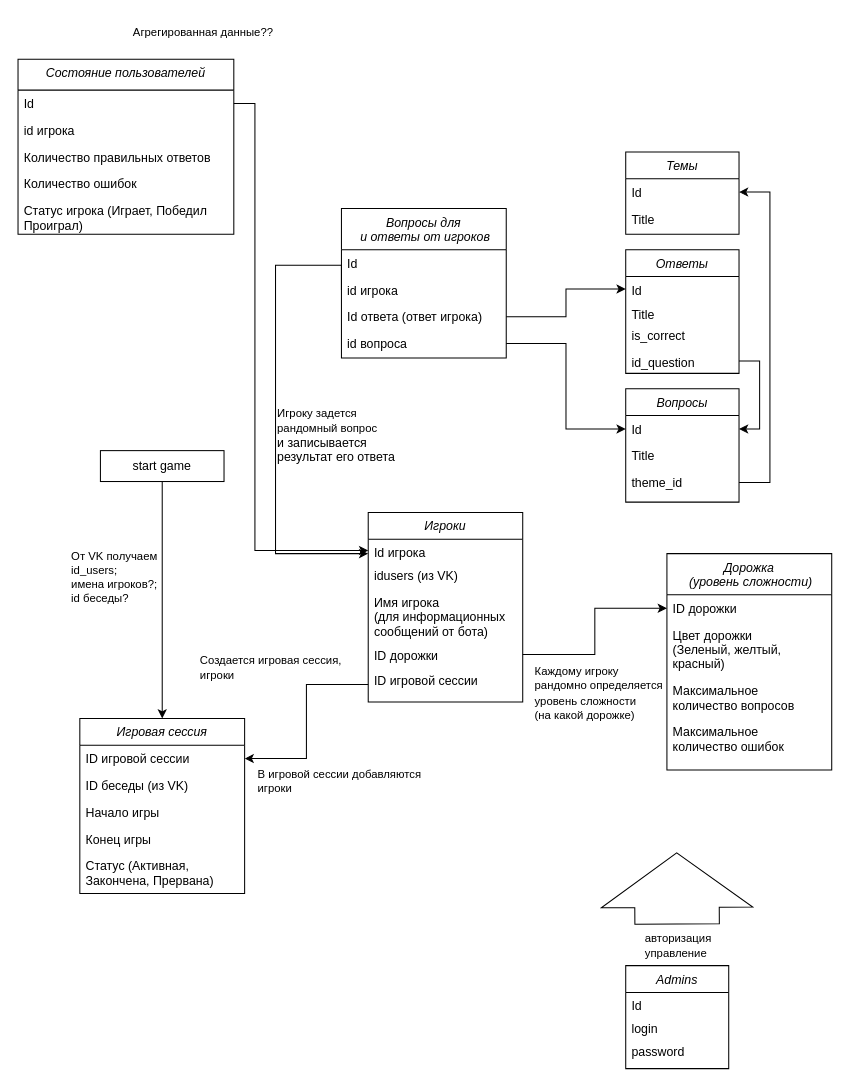
Earlier version of the draw.io diagram drawio_schemas/instances_relationship.drawio (AlexeyZolotuhin/smarties_game_bot). Source tidied: cells renumbered, new cells numbered last; positions are measured from the earlier drawing's top-left corner, leaving out a move shared by most shapes. Both pictures are drawn from the tidied source at 103%, with x=0, y=0 at pixel (18, 18).
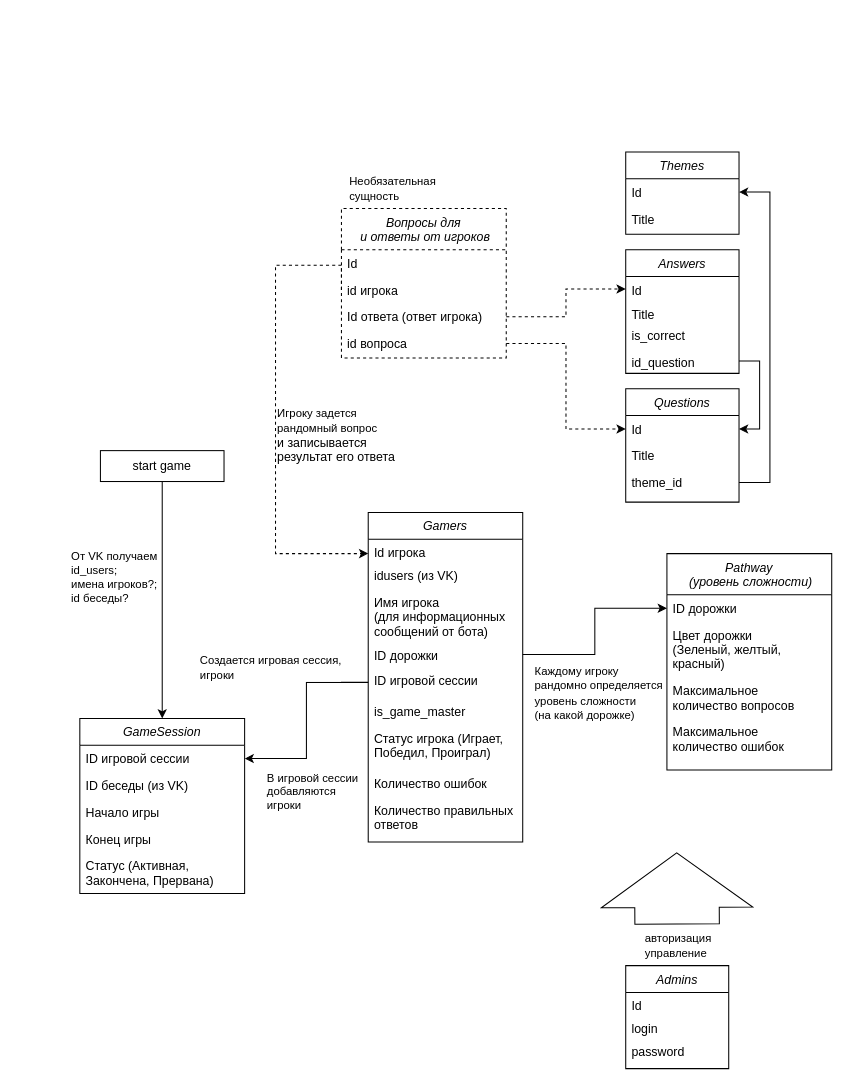
The same diagram, later.

The change refers to these unchanged cells:
```xml
<mxCell id="14" value="Id игрока" style="text;align=left;verticalAlign=top;spacingLeft=4;spacingRight=4;overflow=hidden;points=[[0,0.5],[1,0.5]];portConstraint=eastwest;" parent="13" vertex="1">
  <mxGeometry y="26" width="150" height="22" as="geometry" />
</mxCell>
<mxCell id="26" value="Id" style="text;align=left;verticalAlign=top;spacingLeft=4;spacingRight=4;overflow=hidden;points=[[0,0.5],[1,0.5]];portConstraint=eastwest;" parent="25" vertex="1">
  <mxGeometry y="26" width="110" height="26" as="geometry" />
</mxCell>
<mxCell id="33" value="Id" style="text;align=left;verticalAlign=top;spacingLeft=4;spacingRight=4;overflow=hidden;points=[[0,0.5],[1,0.5]];portConstraint=eastwest;" parent="32" vertex="1">
  <mxGeometry y="26" width="110" height="24" as="geometry" />
</mxCell>
<mxCell id="39" value="id игрока" style="text;align=left;verticalAlign=top;spacingLeft=4;spacingRight=4;overflow=hidden;points=[[0,0.5],[1,0.5]];portConstraint=eastwest;rounded=0;shadow=0;html=0;" parent="37" vertex="1">
  <mxGeometry y="66" width="160" height="26" as="geometry" />
</mxCell>
<mxCell id="40" value="Id ответа (ответ игрока)" style="text;align=left;verticalAlign=top;spacingLeft=4;spacingRight=4;overflow=hidden;points=[[0,0.5],[1,0.5]];portConstraint=eastwest;rounded=0;shadow=0;html=0;" parent="37" vertex="1">
  <mxGeometry y="92" width="160" height="26" as="geometry" />
</mxCell>
<mxCell id="41" value="id вопроса" style="text;align=left;verticalAlign=top;spacingLeft=4;spacingRight=4;overflow=hidden;points=[[0,0.5],[1,0.5]];portConstraint=eastwest;" parent="37" vertex="1">
  <mxGeometry y="118" width="160" height="26" as="geometry" />
</mxCell>
```

What changed in the source:
```diff
@@
-    <mxCell id="7" value="Игровая сессия" style="swimlane;fontStyle=2;align=center;verticalAlign=top;horizontal=1;startSize=26;rounded=0;shadow=0;strokeWidth=1;" parent="1" vertex="1">
+    <mxCell id="7" value="GameSession" style="swimlane;fontStyle=2;align=center;verticalAlign=top;horizontal=1;startSize=26;rounded=0;shadow=0;strokeWidth=1;" parent="1" vertex="1">
       <mxGeometry x="60" y="680" width="160" height="170" as="geometry" />
     </mxCell>
@@
-    <mxCell id="13" value="Игроки" style="swimlane;fontStyle=2;align=center;verticalAlign=top;horizontal=1;startSize=26;rounded=0;shadow=0;strokeWidth=1;" parent="1" vertex="1">
-      <mxGeometry x="340" y="480" width="150" height="184" as="geometry" />
+    <mxCell id="13" value="Gamers" style="swimlane;fontStyle=2;align=center;verticalAlign=top;horizontal=1;startSize=26;rounded=0;shadow=0;strokeWidth=1;" parent="1" vertex="1">
+      <mxGeometry x="340" y="480" width="150" height="320" as="geometry" />
     </mxCell>
@@
     <mxCell id="18" value="ID игровой сессии" style="text;align=left;verticalAlign=top;spacingLeft=4;spacingRight=4;overflow=hidden;points=[[0,0.5],[1,0.5]];portConstraint=eastwest;" parent="13" vertex="1">
-      <mxGeometry y="150" width="150" height="34" as="geometry" />
+      <mxGeometry y="150" width="150" height="30" as="geometry" />
     </mxCell>
+    <mxCell id="64" value="is_game_master" style="text;align=left;verticalAlign=top;spacingLeft=4;spacingRight=4;overflow=hidden;" parent="13" vertex="1">
+      <mxGeometry y="180" width="150" height="26" as="geometry" />
+    </mxCell>
+    <mxCell id="61" value="Статус игрока (Играет, &#10;Победил, Проиграл)" style="text;align=left;verticalAlign=top;spacingLeft=4;spacingRight=4;overflow=hidden;" parent="13" vertex="1">
+      <mxGeometry y="206" width="150" height="44" as="geometry" />
+    </mxCell>
+    <mxCell id="60" value="Количество ошибок" style="text;align=left;verticalAlign=top;spacingLeft=4;spacingRight=4;overflow=hidden;" parent="13" vertex="1">
+      <mxGeometry y="250" width="150" height="26" as="geometry" />
+    </mxCell>
+    <mxCell id="59" value="Количество правильных&#10;ответов" style="text;align=left;verticalAlign=top;spacingLeft=4;spacingRight=4;overflow=hidden;rounded=0;shadow=0;html=0;" parent="13" vertex="1">
+      <mxGeometry y="276" width="150" height="34" as="geometry" />
+    </mxCell>
-    <mxCell id="19" value="Дорожка&#10; (уровень сложности)" style="swimlane;fontStyle=2;align=center;verticalAlign=top;horizontal=1;startSize=40;rounded=0;shadow=0;strokeWidth=1;" parent="1" vertex="1">
+    <mxCell id="19" value="Pathway&#10; (уровень сложности)" style="swimlane;fontStyle=2;align=center;verticalAlign=top;horizontal=1;startSize=40;rounded=0;shadow=0;strokeWidth=1;" parent="1" vertex="1">
       <mxGeometry x="630" y="520" width="160" height="210" as="geometry" />
     </mxCell>
@@
-    <mxCell id="25" value="Вопросы" style="swimlane;fontStyle=2;align=center;verticalAlign=top;horizontal=1;startSize=26;rounded=0;shadow=0;strokeWidth=1;" parent="1" vertex="1">
+    <mxCell id="25" value="Questions" style="swimlane;fontStyle=2;align=center;verticalAlign=top;horizontal=1;startSize=26;rounded=0;shadow=0;strokeWidth=1;" parent="1" vertex="1">
       <mxGeometry x="590" y="360" width="110" height="110" as="geometry" />
     </mxCell>
@@
-    <mxCell id="29" value="Темы" style="swimlane;fontStyle=2;align=center;verticalAlign=top;horizontal=1;startSize=26;rounded=0;shadow=0;strokeWidth=1;" parent="1" vertex="1">
+    <mxCell id="29" value="Themes" style="swimlane;fontStyle=2;align=center;verticalAlign=top;horizontal=1;startSize=26;rounded=0;shadow=0;strokeWidth=1;" parent="1" vertex="1">
       <mxGeometry x="590" y="130" width="110" height="80" as="geometry" />
     </mxCell>
@@
-    <mxCell id="32" value="Ответы" style="swimlane;fontStyle=2;align=center;verticalAlign=top;horizontal=1;startSize=26;rounded=0;shadow=0;strokeWidth=1;" parent="1" vertex="1">
+    <mxCell id="32" value="Answers" style="swimlane;fontStyle=2;align=center;verticalAlign=top;horizontal=1;startSize=26;rounded=0;shadow=0;strokeWidth=1;" parent="1" vertex="1">
       <mxGeometry x="590" y="225" width="110" height="120" as="geometry" />
     </mxCell>
@@
-    <mxCell id="37" value="Вопросы для&#10; и ответы от игроков" style="swimlane;fontStyle=2;align=center;verticalAlign=top;horizontal=1;startSize=40;rounded=0;shadow=0;strokeWidth=1;" parent="1" vertex="1">
+    <mxCell id="37" value="Вопросы для&#10; и ответы от игроков" style="swimlane;fontStyle=2;align=center;verticalAlign=top;horizontal=1;startSize=40;rounded=0;shadow=0;strokeWidth=1;dashed=1;" parent="1" vertex="1">
       <mxGeometry x="314" y="185" width="160" height="145" as="geometry" />
     </mxCell>
@@
-    <mxCell id="44" value="В игровой сессии добавляются &lt;br&gt;игроки&amp;nbsp;" style="edgeLabel;html=1;align=left;verticalAlign=middle;" parent="1" vertex="1">
-      <mxGeometry x="230.5" y="740" as="geometry" />
+    <mxCell id="44" value="В игровой сессии &lt;br&gt;добавляются &lt;br&gt;игроки&amp;nbsp;" style="edgeLabel;html=1;align=left;verticalAlign=middle;" parent="1" vertex="1">
+      <mxGeometry x="240" y="750" as="geometry" />
     </mxCell>
-    <mxCell id="45" style="edgeStyle=orthogonalEdgeStyle;rounded=0;jettySize=auto;html=1;exitX=0;exitY=0.5;exitDx=0;exitDy=0;" parent="1" edge="1" source="39" target="14">
+    <mxCell id="45" style="edgeStyle=orthogonalEdgeStyle;rounded=0;jettySize=auto;html=1;exitX=0;exitY=0.5;exitDx=0;exitDy=0;dashed=1;" parent="1" edge="1" source="39" target="14">
       <mxGeometry relative="1" as="geometry">
         <Array as="points">
           <mxPoint x="314" y="240" />
           <mxPoint x="250" y="240" />
           <mxPoint x="250" y="520" />
         </Array>
       </mxGeometry>
     </mxCell>
@@
-    <mxCell id="48" style="edgeStyle=orthogonalEdgeStyle;rounded=0;jettySize=auto;html=1;exitX=1;exitY=0.5;exitDx=0;exitDy=0;entryX=0;entryY=0.5;entryDx=0;entryDy=0;" parent="1" edge="1" source="40" target="33">
+    <mxCell id="48" style="edgeStyle=orthogonalEdgeStyle;rounded=0;jettySize=auto;html=1;exitX=1;exitY=0.5;exitDx=0;exitDy=0;entryX=0;entryY=0.5;entryDx=0;entryDy=0;dashed=1;" parent="1" edge="1" source="40" target="33">
       <mxGeometry relative="1" as="geometry" />
     </mxCell>
-    <mxCell id="49" style="edgeStyle=orthogonalEdgeStyle;rounded=0;jettySize=auto;html=1;exitX=1;exitY=0.5;exitDx=0;exitDy=0;entryX=0;entryY=0.5;entryDx=0;entryDy=0;" parent="1" edge="1" source="41" target="26">
+    <mxCell id="49" style="edgeStyle=orthogonalEdgeStyle;rounded=0;jettySize=auto;html=1;exitX=1;exitY=0.5;exitDx=0;exitDy=0;entryX=0;entryY=0.5;entryDx=0;entryDy=0;dashed=1;" parent="1" edge="1" source="41" target="26">
       <mxGeometry relative="1" as="geometry" />
     </mxCell>
@@
-    <mxCell id="56" value="Состояние пользователей" style="swimlane;fontStyle=2;align=center;verticalAlign=top;horizontal=1;startSize=30;rounded=0;shadow=0;strokeWidth=1;" parent="1" vertex="1">
-      <mxGeometry y="40" width="209.5" height="170" as="geometry" />
-    </mxCell>
-    <mxCell id="57" value="Id" style="text;align=left;verticalAlign=top;spacingLeft=4;spacingRight=4;overflow=hidden;points=[[0,0.5],[1,0.5]];portConstraint=eastwest;" parent="56" vertex="1">
-      <mxGeometry y="30" width="209.5" height="26" as="geometry" />
-    </mxCell>
-    <mxCell id="58" value="id игрока" style="text;align=left;verticalAlign=top;spacingLeft=4;spacingRight=4;overflow=hidden;rounded=0;shadow=0;html=0;" parent="56" vertex="1">
-      <mxGeometry y="56" width="209.5" height="26" as="geometry" />
-    </mxCell>
-    <mxCell id="59" value="Количество правильных ответов" style="text;align=left;verticalAlign=top;spacingLeft=4;spacingRight=4;overflow=hidden;rounded=0;shadow=0;html=0;" parent="56" vertex="1">
-      <mxGeometry y="82" width="209.5" height="26" as="geometry" />
-    </mxCell>
-    <mxCell id="60" value="Количество ошибок" style="text;align=left;verticalAlign=top;spacingLeft=4;spacingRight=4;overflow=hidden;" parent="56" vertex="1">
-      <mxGeometry y="108" width="209.5" height="26" as="geometry" />
-    </mxCell>
-    <mxCell id="61" value="Статус игрока (Играет, Победил&#10;Проиграл)" style="text;align=left;verticalAlign=top;spacingLeft=4;spacingRight=4;overflow=hidden;" parent="56" vertex="1">
-      <mxGeometry y="134" width="209.5" height="36" as="geometry" />
-    </mxCell>
-    <mxCell id="62" value="&lt;span style=&quot;font-size: 11px; background-color: rgb(255, 255, 255);&quot;&gt;Агрегированная данные??&lt;/span&gt;" style="text;whiteSpace=wrap;html=1;" parent="1" vertex="1">
-      <mxGeometry x="110.2" width="169.8" height="30" as="geometry" />
-    </mxCell>
-    <mxCell id="63" style="edgeStyle=orthogonalEdgeStyle;rounded=0;jettySize=auto;html=1;exitX=1;exitY=0.5;exitDx=0;exitDy=0;entryX=0;entryY=0.5;entryDx=0;entryDy=0;" parent="1" edge="1" source="57" target="14">
-      <mxGeometry relative="1" as="geometry">
-        <Array as="points">
-          <mxPoint x="230" y="83" />
-          <mxPoint x="230" y="517" />
-        </Array>
-      </mxGeometry>
-    </mxCell>
+    <mxCell id="65" value="&lt;span style=&quot;font-size: 11px; background-color: rgb(255, 255, 255);&quot;&gt;Необязательная сущность&lt;/span&gt;" style="text;whiteSpace=wrap;html=1;" parent="1" vertex="1">
+      <mxGeometry x="320" y="145" width="130" height="40" as="geometry" />
+    </mxCell>
```
